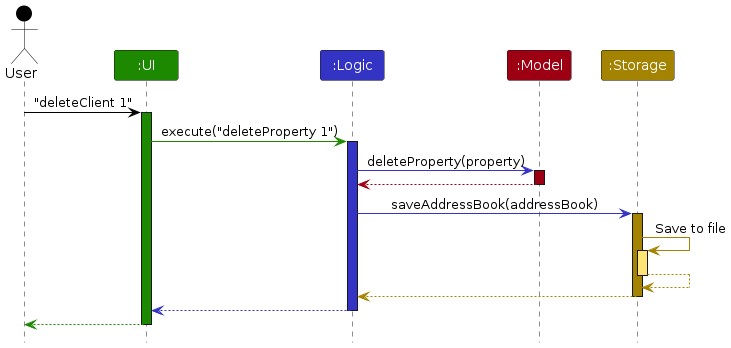
The PlantUML diagram diagrams/ArchitectureSequenceDiagram.png in AY2526S2-CS2103T-W13-1/tp, before a commit. Its source is kept beside it as diagrams/ArchitectureSequenceDiagram.puml.
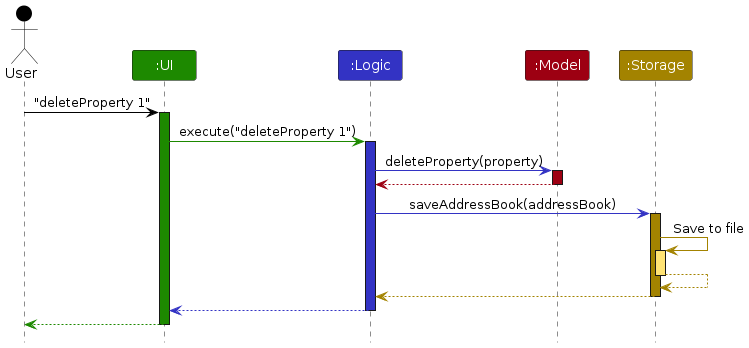
Above is the later version.

What changed in the source:
```diff
@@ -8,7 +8,7 @@
 Participant ":Model" as model MODEL_COLOR
 Participant ":Storage" as storage STORAGE_COLOR
 
-user -[USER_COLOR]> ui : "deleteClient 1"
+user -[USER_COLOR]> ui : "deleteProperty 1"
 activate ui UI_COLOR
 
 ui -[UI_COLOR]> logic : execute("deleteProperty 1")
```
